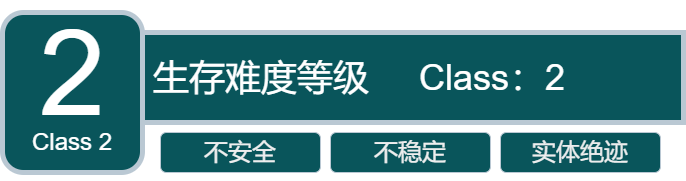
This is czz-level2.png from czz4188/BackroomsCN-mirahaze-documents, a draw.io export, as it was before one commit. Source tidied: cells renumbered, new cells last; positions are measured from the earlier drawing's top-left corner, leaving out a move shared by most shapes. Its diagram source:
```xml
<mxGraphModel>
  <root>
    <mxCell id="0" />
    <mxCell id="1" parent="0" />
    <mxCell id="2" style="rounded=0;whiteSpace=wrap;html=1;fillColor=#09555B;strokeColor=#BAC8D3;strokeWidth=5;glass=0;shadow=0;labelBackgroundColor=none;fontColor=#EEEEEE;" parent="1" vertex="1">
      <mxGeometry x="140" y="20" width="541" height="90" as="geometry" />
    </mxCell>
    <mxCell id="3" value="&lt;font style=&quot;font-size: 36px; color: rgb(255, 255, 255);&quot;&gt;生存难度等级&amp;nbsp; &amp;nbsp; &amp;nbsp;&lt;/font&gt;&lt;span style=&quot;font-size: 36px; color: light-dark(rgb(255, 255, 255), rgb(18, 18, 18)); background-color: transparent;&quot;&gt;Class：2&lt;/span&gt;" style="text;strokeColor=none;fillColor=none;align=left;verticalAlign=middle;spacingLeft=4;spacingRight=4;overflow=hidden;whiteSpace=wrap;html=1;rounded=0;glass=0;labelBackgroundColor=none;fontColor=#EEEEEE;" parent="1" vertex="1">
      <mxGeometry x="145" y="20" width="536" height="90" as="geometry" />
    </mxCell>
    <mxCell id="4" value="&lt;font style=&quot;font-size: 24px;&quot;&gt;实体绝迹&lt;/font&gt;" style="rounded=1;whiteSpace=wrap;html=1;fillColor=#09555B;strokeColor=#BAC8D3;labelBackgroundColor=none;fontColor=#EEEEEE;" parent="1" vertex="1">
      <mxGeometry x="498" y="120" width="160" height="40" as="geometry" />
    </mxCell>
    <mxCell id="5" value="&lt;font style=&quot;font-size: 24px;&quot;&gt;不稳定&lt;/font&gt;" style="rounded=1;whiteSpace=wrap;html=1;fillColor=#09555B;strokeColor=#BAC8D3;direction=east;labelBackgroundColor=none;fontColor=#EEEEEE;" parent="1" vertex="1">
      <mxGeometry x="328" y="120" width="160" height="40" as="geometry" />
    </mxCell>
    <mxCell id="6" value="&lt;font style=&quot;font-size: 24px;&quot;&gt;不安全&lt;/font&gt;" style="rounded=1;whiteSpace=wrap;html=1;fillColor=#09555B;strokeColor=#BAC8D3;labelBackgroundColor=none;fontColor=#EEEEEE;" parent="1" vertex="1">
      <mxGeometry x="158" y="120" width="160" height="40" as="geometry" />
    </mxCell>
    <mxCell id="7" style="rounded=1;whiteSpace=wrap;html=1;fillColor=#09555B;strokeColor=#BAC8D3;strokeWidth=5;labelBackgroundColor=none;fontColor=#EEEEEE;" parent="1" vertex="1">
      <mxGeometry width="140" height="160" as="geometry" />
    </mxCell>
    <mxCell id="8" value="&lt;font style=&quot;color: rgb(255, 255, 255); font-size: 120px;&quot;&gt;2&lt;/font&gt;" style="text;html=1;align=center;verticalAlign=middle;whiteSpace=wrap;rounded=0;labelBackgroundColor=none;fontColor=#EEEEEE;" parent="1" vertex="1">
      <mxGeometry width="140" height="120" as="geometry" />
    </mxCell>
    <mxCell id="9" value="&lt;font style=&quot;color: rgb(255, 255, 255); font-size: 24px;&quot;&gt;Class 2&lt;/font&gt;" style="text;html=1;align=center;verticalAlign=middle;whiteSpace=wrap;rounded=0;labelBackgroundColor=none;fontColor=#EEEEEE;" parent="1" vertex="1">
      <mxGeometry x="10" y="100" width="120" height="60" as="geometry" />
    </mxCell>
    <mxCell id="10" style="edgeStyle=orthogonalEdgeStyle;rounded=0;orthogonalLoop=1;jettySize=auto;html=1;exitX=0.5;exitY=1;exitDx=0;exitDy=0;" parent="1" edge="1" source="4" target="4">
      <mxGeometry relative="1" as="geometry" />
    </mxCell>
  </root>
</mxGraphModel>
```
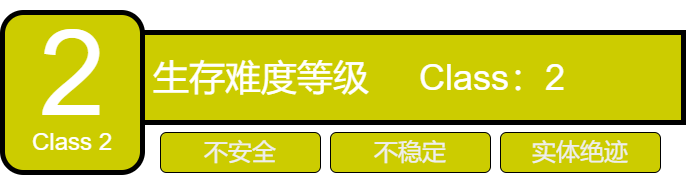
Later version of the same file.

What changed in the source:
```diff
@@ -2,31 +2,31 @@
   <root>
     <mxCell id="0" />
     <mxCell id="1" parent="0" />
-    <mxCell id="2" style="rounded=0;whiteSpace=wrap;html=1;fillColor=#09555B;strokeColor=#BAC8D3;strokeWidth=5;glass=0;shadow=0;labelBackgroundColor=none;fontColor=#EEEEEE;" parent="1" vertex="1">
+    <mxCell id="2" style="rounded=0;whiteSpace=wrap;html=1;fillColor=#CCCC00;strokeColor=#000000;strokeWidth=5;glass=0;shadow=0;labelBackgroundColor=none;fontColor=#EEEEEE;" parent="1" vertex="1">
       <mxGeometry x="140" y="20" width="541" height="90" as="geometry" />
     </mxCell>
     <mxCell id="3" value="&lt;font style=&quot;font-size: 36px; color: rgb(255, 255, 255);&quot;&gt;生存难度等级&amp;nbsp; &amp;nbsp; &amp;nbsp;&lt;/font&gt;&lt;span style=&quot;font-size: 36px; color: light-dark(rgb(255, 255, 255), rgb(18, 18, 18)); background-color: transparent;&quot;&gt;Class：2&lt;/span&gt;" style="text;strokeColor=none;fillColor=none;align=left;verticalAlign=middle;spacingLeft=4;spacingRight=4;overflow=hidden;whiteSpace=wrap;html=1;rounded=0;glass=0;labelBackgroundColor=none;fontColor=#EEEEEE;" parent="1" vertex="1">
-      <mxGeometry x="145" y="20" width="536" height="90" as="geometry" />
+      <mxGeometry x="145" y="40" width="536" height="50" as="geometry" />
     </mxCell>
-    <mxCell id="4" value="&lt;font style=&quot;font-size: 24px;&quot;&gt;实体绝迹&lt;/font&gt;" style="rounded=1;whiteSpace=wrap;html=1;fillColor=#09555B;strokeColor=#BAC8D3;labelBackgroundColor=none;fontColor=#EEEEEE;" parent="1" vertex="1">
+    <mxCell id="4" value="&lt;font style=&quot;font-size: 24px;&quot;&gt;实体绝迹&lt;/font&gt;" style="rounded=1;whiteSpace=wrap;html=1;fillColor=#CCCC00;strokeColor=#000000;labelBackgroundColor=none;fontColor=#EEEEEE;" parent="1" vertex="1">
       <mxGeometry x="498" y="120" width="160" height="40" as="geometry" />
     </mxCell>
-    <mxCell id="5" value="&lt;font style=&quot;font-size: 24px;&quot;&gt;不稳定&lt;/font&gt;" style="rounded=1;whiteSpace=wrap;html=1;fillColor=#09555B;strokeColor=#BAC8D3;direction=east;labelBackgroundColor=none;fontColor=#EEEEEE;" parent="1" vertex="1">
+    <mxCell id="5" value="&lt;font style=&quot;font-size: 24px;&quot;&gt;不稳定&lt;/font&gt;" style="rounded=1;whiteSpace=wrap;html=1;fillColor=#CCCC00;strokeColor=#000000;direction=east;labelBackgroundColor=none;fontColor=#EEEEEE;" parent="1" vertex="1">
       <mxGeometry x="328" y="120" width="160" height="40" as="geometry" />
     </mxCell>
-    <mxCell id="6" value="&lt;font style=&quot;font-size: 24px;&quot;&gt;不安全&lt;/font&gt;" style="rounded=1;whiteSpace=wrap;html=1;fillColor=#09555B;strokeColor=#BAC8D3;labelBackgroundColor=none;fontColor=#EEEEEE;" parent="1" vertex="1">
+    <mxCell id="6" value="&lt;font style=&quot;font-size: 24px;&quot;&gt;不安全&lt;/font&gt;" style="rounded=1;whiteSpace=wrap;html=1;fillColor=#CCCC00;strokeColor=#000000;labelBackgroundColor=none;fontColor=#EEEEEE;" parent="1" vertex="1">
       <mxGeometry x="158" y="120" width="160" height="40" as="geometry" />
     </mxCell>
-    <mxCell id="7" style="rounded=1;whiteSpace=wrap;html=1;fillColor=#09555B;strokeColor=#BAC8D3;strokeWidth=5;labelBackgroundColor=none;fontColor=#EEEEEE;" parent="1" vertex="1">
+    <mxCell id="7" style="rounded=1;whiteSpace=wrap;html=1;fillColor=#CCCC00;strokeColor=#000000;strokeWidth=5;labelBackgroundColor=none;fontColor=#EEEEEE;" parent="1" vertex="1">
       <mxGeometry width="140" height="160" as="geometry" />
     </mxCell>
     <mxCell id="8" value="&lt;font style=&quot;color: rgb(255, 255, 255); font-size: 120px;&quot;&gt;2&lt;/font&gt;" style="text;html=1;align=center;verticalAlign=middle;whiteSpace=wrap;rounded=0;labelBackgroundColor=none;fontColor=#EEEEEE;" parent="1" vertex="1">
-      <mxGeometry width="140" height="120" as="geometry" />
+      <mxGeometry x="20" width="100" height="120" as="geometry" />
     </mxCell>
     <mxCell id="9" value="&lt;font style=&quot;color: rgb(255, 255, 255); font-size: 24px;&quot;&gt;Class 2&lt;/font&gt;" style="text;html=1;align=center;verticalAlign=middle;whiteSpace=wrap;rounded=0;labelBackgroundColor=none;fontColor=#EEEEEE;" parent="1" vertex="1">
-      <mxGeometry x="10" y="100" width="120" height="60" as="geometry" />
+      <mxGeometry x="20" y="100" width="100" height="60" as="geometry" />
     </mxCell>
-    <mxCell id="10" style="edgeStyle=orthogonalEdgeStyle;rounded=0;orthogonalLoop=1;jettySize=auto;html=1;exitX=0.5;exitY=1;exitDx=0;exitDy=0;" parent="1" edge="1" source="4" target="4">
+    <mxCell id="10" style="edgeStyle=orthogonalEdgeStyle;rounded=0;orthogonalLoop=1;jettySize=auto;html=1;exitX=0.5;exitY=1;exitDx=0;exitDy=0;strokeColor=#000000;" parent="1" edge="1" source="4" target="4">
       <mxGeometry relative="1" as="geometry" />
     </mxCell>
   </root>
```
